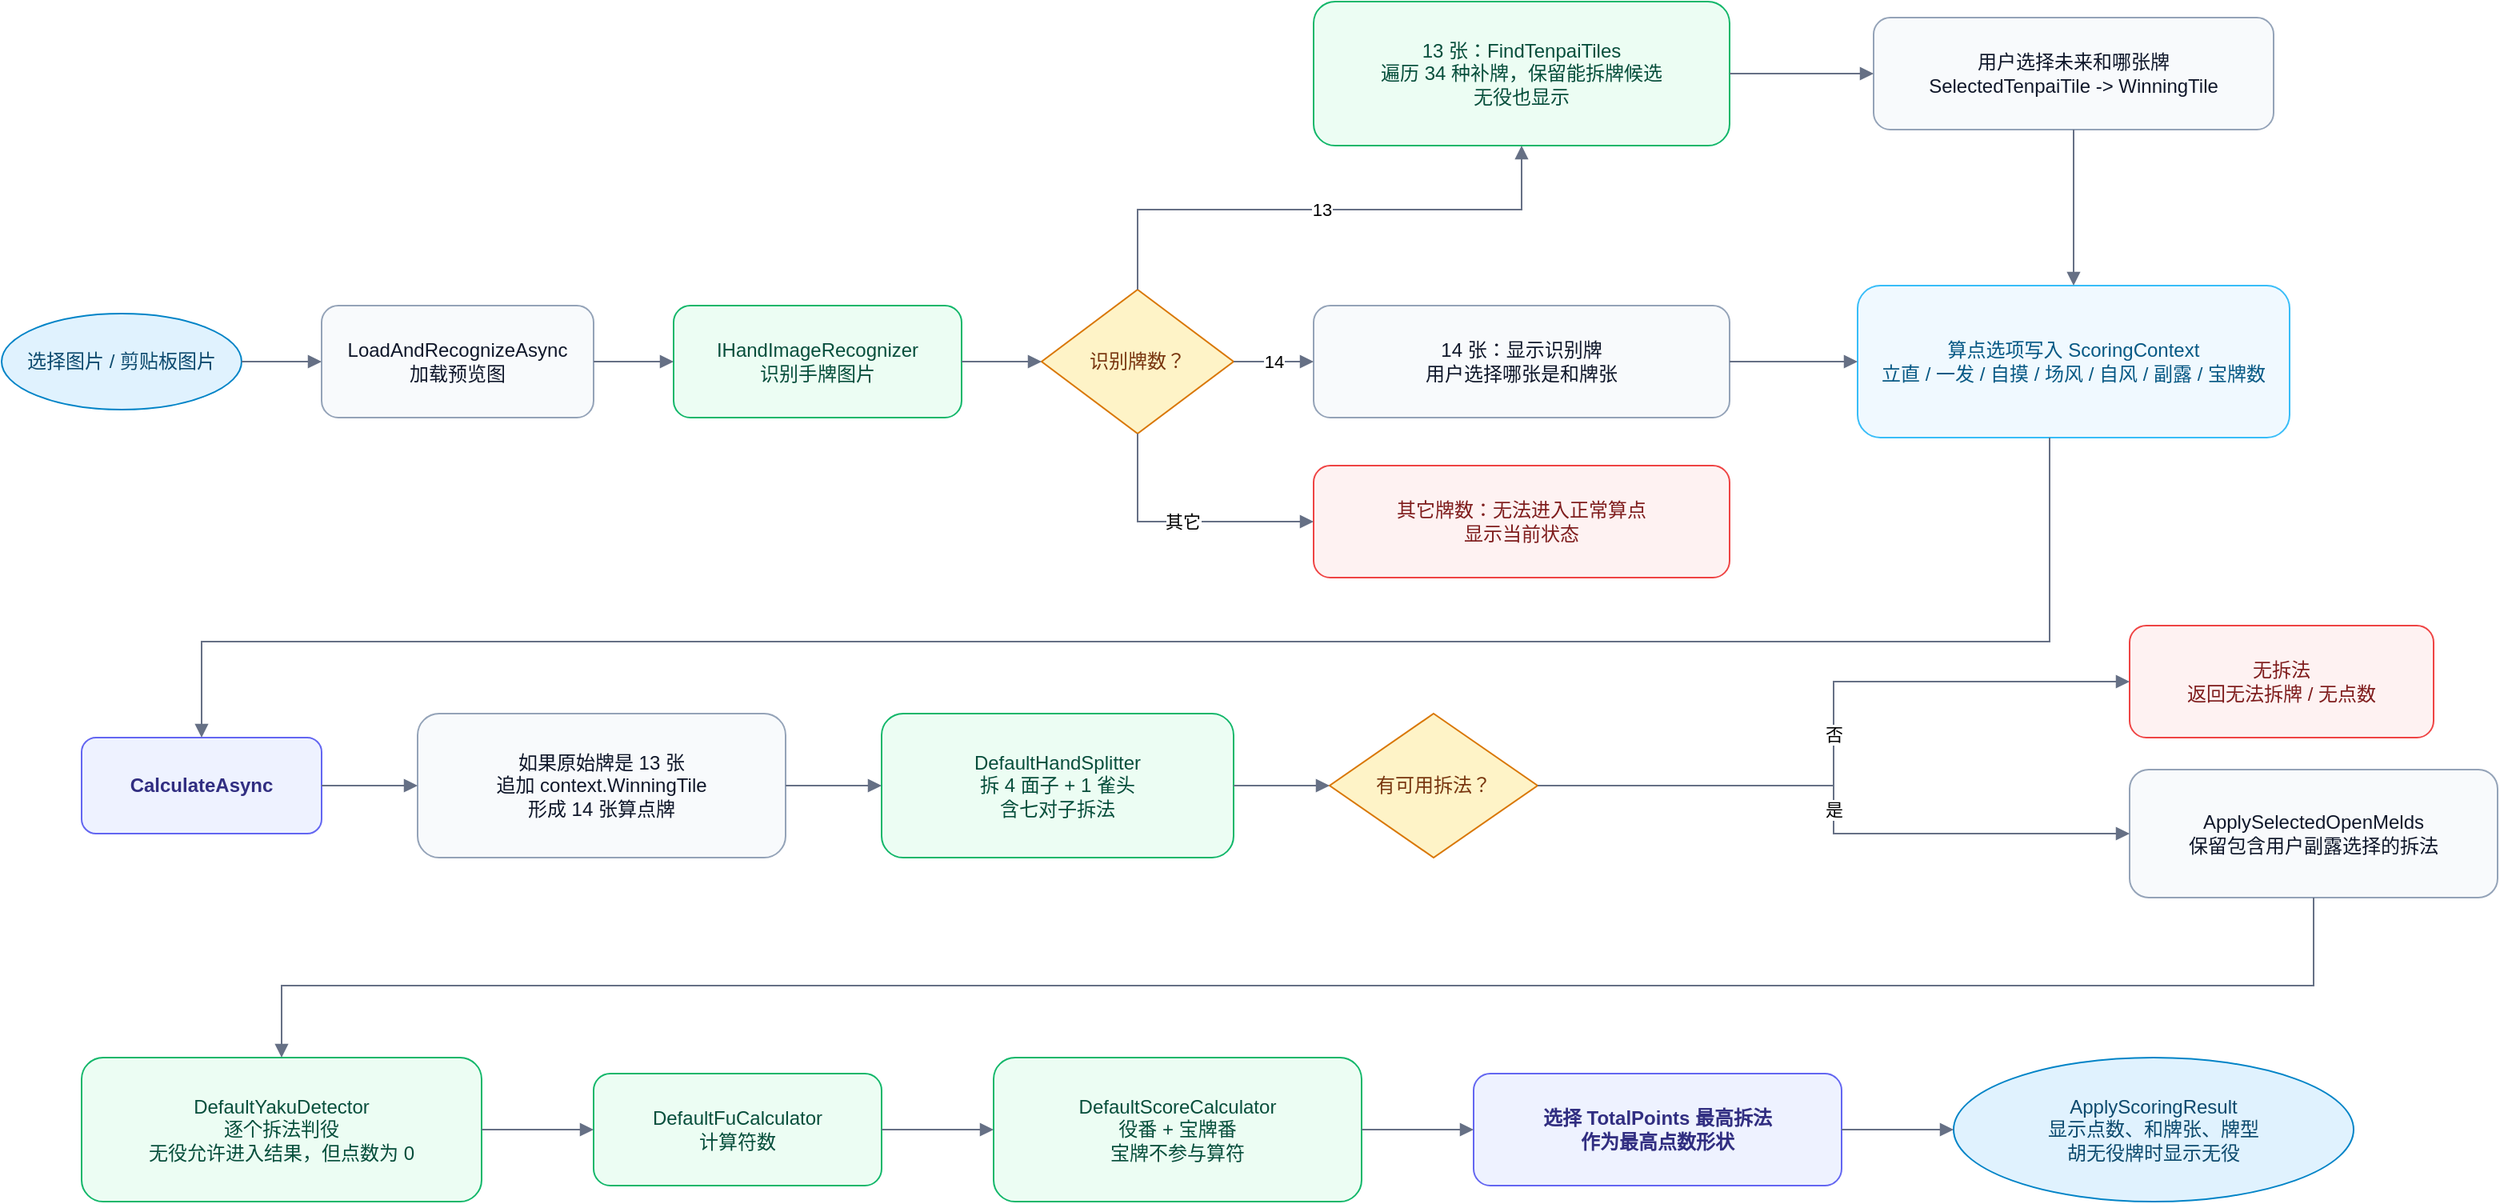
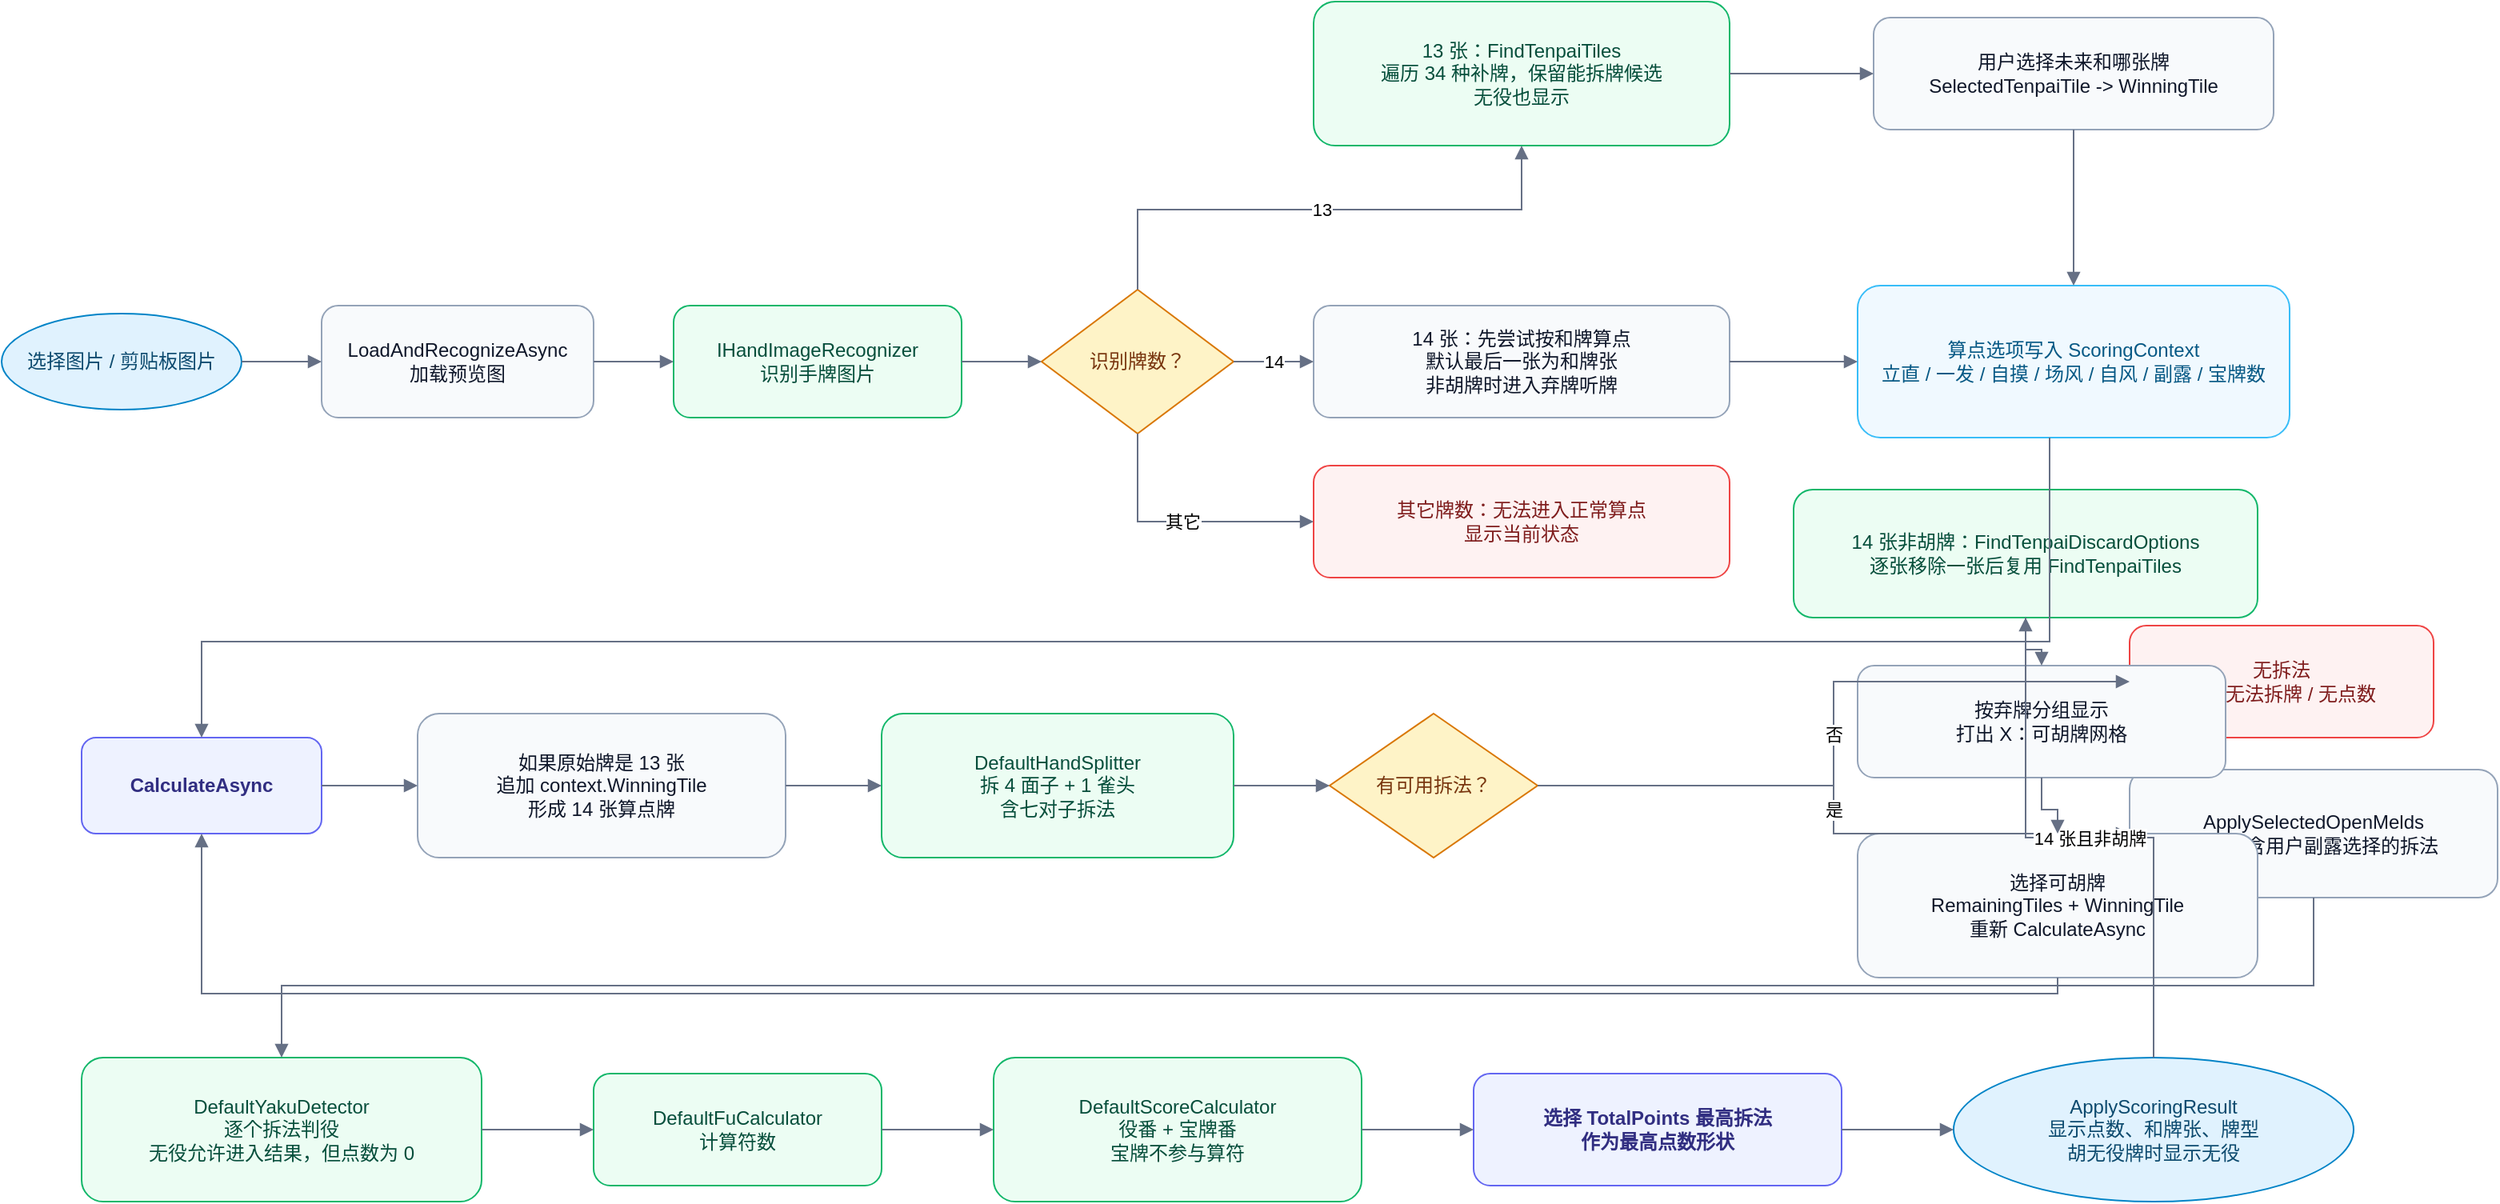
<mxfile host="Electron" agent="Codex">
  <diagram id="mahjongpoints-scoring-flow" name="MahjongPoints 算点流程">
    <mxGraphModel dx="1212" dy="736" grid="1" gridSize="10" guides="1" tooltips="1" connect="1" arrows="1" fold="1" page="1" pageScale="1" pageWidth="1600" pageHeight="1000" math="0" shadow="0">
      <root>
        <mxCell id="0" />
        <mxCell id="1" parent="0" />
        <mxCell id="n1" parent="1" style="ellipse;whiteSpace=wrap;html=1;fillColor=#E0F2FE;strokeColor=#0284C7;fontColor=#0C4A6E;" value="选择图片 / 剪贴板图片" vertex="1">
          <mxGeometry height="60" width="150" x="40" y="235" as="geometry" />
        </mxCell>
        <mxCell id="n2" parent="1" style="rounded=1;whiteSpace=wrap;html=1;fillColor=#F8FAFC;strokeColor=#94A3B8;fontColor=#0F172A;" value="LoadAndRecognizeAsync&lt;br&gt;加载预览图" vertex="1">
          <mxGeometry height="70" width="170" x="240" y="230" as="geometry" />
        </mxCell>
        <mxCell id="n3" parent="1" style="rounded=1;whiteSpace=wrap;html=1;fillColor=#ECFDF3;strokeColor=#12B76A;fontColor=#064E3B;" value="IHandImageRecognizer&lt;br&gt;识别手牌图片" vertex="1">
          <mxGeometry height="70" width="180" x="460" y="230" as="geometry" />
        </mxCell>
        <mxCell id="n4" parent="1" style="rhombus;whiteSpace=wrap;html=1;fillColor=#FEF3C7;strokeColor=#D97706;fontColor=#78350F;" value="识别牌数？" vertex="1">
          <mxGeometry height="90" width="120" x="690" y="220" as="geometry" />
        </mxCell>
        <mxCell id="n5" parent="1" style="rounded=1;whiteSpace=wrap;html=1;fillColor=#ECFDF3;strokeColor=#12B76A;fontColor=#064E3B;" value="13 张：FindTenpaiTiles&lt;br&gt;遍历 34 种补牌，保留能拆牌候选&lt;br&gt;无役也显示" vertex="1">
          <mxGeometry height="90" width="260" x="860" y="40" as="geometry" />
        </mxCell>
        <mxCell id="n6" parent="1" style="rounded=1;whiteSpace=wrap;html=1;fillColor=#F8FAFC;strokeColor=#94A3B8;fontColor=#0F172A;" value="用户选择未来和哪张牌&lt;br&gt;SelectedTenpaiTile -&gt; WinningTile" vertex="1">
          <mxGeometry height="70" width="250" x="1210" y="50" as="geometry" />
        </mxCell>
-         <mxCell id="n7" parent="1" style="rounded=1;whiteSpace=wrap;html=1;fillColor=#F8FAFC;strokeColor=#94A3B8;fontColor=#0F172A;" value="14 张：显示识别牌&lt;br&gt;用户选择哪张是和牌张" vertex="1">
+         <mxCell id="n7" parent="1" style="rounded=1;whiteSpace=wrap;html=1;fillColor=#F8FAFC;strokeColor=#94A3B8;fontColor=#0F172A;" value="14 张：先尝试按和牌算点&lt;br&gt;默认最后一张为和牌张&lt;br&gt;非胡牌时进入弃牌听牌" vertex="1">
          <mxGeometry height="70" width="260" x="860" y="230" as="geometry" />
        </mxCell>
        <mxCell id="n8" parent="1" style="rounded=1;whiteSpace=wrap;html=1;fillColor=#FEF2F2;strokeColor=#EF4444;fontColor=#7F1D1D;" value="其它牌数：无法进入正常算点&lt;br&gt;显示当前状态" vertex="1">
          <mxGeometry height="70" width="260" x="860" y="330" as="geometry" />
        </mxCell>
        <mxCell id="n9" parent="1" style="rounded=1;whiteSpace=wrap;html=1;fillColor=#F0F9FF;strokeColor=#38BDF8;fontColor=#075985;" value="算点选项写入 ScoringContext&lt;br&gt;立直 / 一发 / 自摸 / 场风 / 自风 / 副露 / 宝牌数" vertex="1">
          <mxGeometry height="95" width="270" x="1200" y="217.5" as="geometry" />
        </mxCell>
        <mxCell id="n10" parent="1" style="rounded=1;whiteSpace=wrap;html=1;fillColor=#EEF2FF;strokeColor=#6366F1;fontColor=#312E81;fontStyle=1;" value="CalculateAsync" vertex="1">
          <mxGeometry height="60" width="150" x="90" y="500" as="geometry" />
        </mxCell>
        <mxCell id="n11" parent="1" style="rounded=1;whiteSpace=wrap;html=1;fillColor=#F8FAFC;strokeColor=#94A3B8;fontColor=#0F172A;" value="如果原始牌是 13 张&lt;br&gt;追加 context.WinningTile&lt;br&gt;形成 14 张算点牌" vertex="1">
          <mxGeometry height="90" width="230" x="300" y="485" as="geometry" />
        </mxCell>
        <mxCell id="n12" parent="1" style="rounded=1;whiteSpace=wrap;html=1;fillColor=#ECFDF3;strokeColor=#12B76A;fontColor=#064E3B;" value="DefaultHandSplitter&lt;br&gt;拆 4 面子 + 1 雀头&lt;br&gt;含七对子拆法" vertex="1">
          <mxGeometry height="90" width="220" x="590" y="485" as="geometry" />
        </mxCell>
        <mxCell id="n13" parent="1" style="rhombus;whiteSpace=wrap;html=1;fillColor=#FEF3C7;strokeColor=#D97706;fontColor=#78350F;" value="有可用拆法？" vertex="1">
          <mxGeometry height="90" width="130" x="870" y="485" as="geometry" />
        </mxCell>
        <mxCell id="n14" parent="1" style="rounded=1;whiteSpace=wrap;html=1;fillColor=#FEF2F2;strokeColor=#EF4444;fontColor=#7F1D1D;" value="无拆法&lt;br&gt;返回无法拆牌 / 无点数" vertex="1">
          <mxGeometry height="70" width="190" x="1370" y="430" as="geometry" />
        </mxCell>
        <mxCell id="n15" parent="1" style="rounded=1;whiteSpace=wrap;html=1;fillColor=#F8FAFC;strokeColor=#94A3B8;fontColor=#0F172A;" value="ApplySelectedOpenMelds&lt;br&gt;保留包含用户副露选择的拆法" vertex="1">
          <mxGeometry height="80" width="230" x="1370" y="520" as="geometry" />
        </mxCell>
        <mxCell id="n16" parent="1" style="rounded=1;whiteSpace=wrap;html=1;fillColor=#ECFDF3;strokeColor=#12B76A;fontColor=#064E3B;" value="DefaultYakuDetector&lt;br&gt;逐个拆法判役&lt;br&gt;无役允许进入结果，但点数为 0" vertex="1">
          <mxGeometry height="90" width="250" x="90" y="700" as="geometry" />
        </mxCell>
        <mxCell id="n17" parent="1" style="rounded=1;whiteSpace=wrap;html=1;fillColor=#ECFDF3;strokeColor=#12B76A;fontColor=#064E3B;" value="DefaultFuCalculator&lt;br&gt;计算符数" vertex="1">
          <mxGeometry height="70" width="180" x="410" y="710" as="geometry" />
        </mxCell>
        <mxCell id="n18" parent="1" style="rounded=1;whiteSpace=wrap;html=1;fillColor=#ECFDF3;strokeColor=#12B76A;fontColor=#064E3B;" value="DefaultScoreCalculator&lt;br&gt;役番 + 宝牌番&lt;br&gt;宝牌不参与算符" vertex="1">
          <mxGeometry height="90" width="230" x="660" y="700" as="geometry" />
        </mxCell>
        <mxCell id="n19" parent="1" style="rounded=1;whiteSpace=wrap;html=1;fillColor=#EEF2FF;strokeColor=#6366F1;fontColor=#312E81;fontStyle=1;" value="选择 TotalPoints 最高拆法&lt;br&gt;作为最高点数形状" vertex="1">
          <mxGeometry height="70" width="230" x="960" y="710" as="geometry" />
        </mxCell>
        <mxCell id="n20" parent="1" style="ellipse;whiteSpace=wrap;html=1;fillColor=#E0F2FE;strokeColor=#0284C7;fontColor=#0C4A6E;" value="ApplyScoringResult&lt;br&gt;显示点数、和牌张、牌型&lt;br&gt;胡无役牌时显示无役" vertex="1">
          <mxGeometry height="90" width="250" x="1260" y="700" as="geometry" />
+         </mxCell>
+         <mxCell id="n21" parent="1" style="rounded=1;whiteSpace=wrap;html=1;fillColor=#ECFDF3;strokeColor=#12B76A;fontColor=#064E3B;" value="14 张非胡牌：FindTenpaiDiscardOptions&lt;br&gt;逐张移除一张后复用 FindTenpaiTiles" vertex="1">
+           <mxGeometry height="80" width="290" x="1160" y="345" as="geometry" />
+         </mxCell>
+         <mxCell id="n22" parent="1" style="rounded=1;whiteSpace=wrap;html=1;fillColor=#F8FAFC;strokeColor=#94A3B8;fontColor=#0F172A;" value="按弃牌分组显示&lt;br&gt;打出 X：可胡牌网格" vertex="1">
+           <mxGeometry height="70" width="230" x="1200" y="455" as="geometry" />
+         </mxCell>
+         <mxCell id="n23" parent="1" style="rounded=1;whiteSpace=wrap;html=1;fillColor=#F8FAFC;strokeColor=#94A3B8;fontColor=#0F172A;" value="选择可胡牌&lt;br&gt;RemainingTiles + WinningTile&lt;br&gt;重新 CalculateAsync" vertex="1">
+           <mxGeometry height="90" width="250" x="1200" y="560" as="geometry" />
        </mxCell>
        <mxCell id="e1" edge="1" parent="1" source="n1" style="edgeStyle=orthogonalEdgeStyle;rounded=0;orthogonalLoop=1;jettySize=auto;html=1;endArrow=block;endFill=1;strokeColor=#667085;" target="n2">
          <mxGeometry relative="1" as="geometry" />
        </mxCell>
        <mxCell id="e2" edge="1" parent="1" source="n2" style="edgeStyle=orthogonalEdgeStyle;rounded=0;orthogonalLoop=1;jettySize=auto;html=1;endArrow=block;endFill=1;strokeColor=#667085;" target="n3">
          <mxGeometry relative="1" as="geometry" />
        </mxCell>
        <mxCell id="e3" edge="1" parent="1" source="n3" style="edgeStyle=orthogonalEdgeStyle;rounded=0;orthogonalLoop=1;jettySize=auto;html=1;endArrow=block;endFill=1;strokeColor=#667085;" target="n4">
          <mxGeometry relative="1" as="geometry" />
        </mxCell>
        <mxCell id="e4" edge="1" parent="1" source="n4" style="edgeStyle=orthogonalEdgeStyle;rounded=0;orthogonalLoop=1;jettySize=auto;html=1;endArrow=block;endFill=1;strokeColor=#667085;" target="n5" value="13">
          <mxGeometry relative="1" as="geometry">
            <Array as="points">
              <mxPoint x="750" y="170" />
              <mxPoint x="990" y="170" />
            </Array>
          </mxGeometry>
        </mxCell>
        <mxCell id="e5" edge="1" parent="1" source="n5" style="edgeStyle=orthogonalEdgeStyle;rounded=0;orthogonalLoop=1;jettySize=auto;html=1;endArrow=block;endFill=1;strokeColor=#667085;" target="n6">
          <mxGeometry relative="1" as="geometry" />
        </mxCell>
        <mxCell id="e6" edge="1" parent="1" source="n4" style="edgeStyle=orthogonalEdgeStyle;rounded=0;orthogonalLoop=1;jettySize=auto;html=1;endArrow=block;endFill=1;strokeColor=#667085;" target="n7" value="14">
          <mxGeometry relative="1" as="geometry" />
        </mxCell>
        <mxCell id="e7" edge="1" parent="1" source="n4" style="edgeStyle=orthogonalEdgeStyle;rounded=0;orthogonalLoop=1;jettySize=auto;html=1;endArrow=block;endFill=1;strokeColor=#667085;" target="n8" value="其它">
          <mxGeometry relative="1" as="geometry">
            <Array as="points">
              <mxPoint x="750" y="365" />
            </Array>
          </mxGeometry>
        </mxCell>
        <mxCell id="e8" edge="1" parent="1" source="n6" style="edgeStyle=orthogonalEdgeStyle;rounded=0;orthogonalLoop=1;jettySize=auto;html=1;endArrow=block;endFill=1;strokeColor=#667085;" target="n9">
          <mxGeometry relative="1" as="geometry" />
        </mxCell>
        <mxCell id="e9" edge="1" parent="1" source="n7" style="edgeStyle=orthogonalEdgeStyle;rounded=0;orthogonalLoop=1;jettySize=auto;html=1;endArrow=block;endFill=1;strokeColor=#667085;" target="n9">
          <mxGeometry relative="1" as="geometry" />
        </mxCell>
        <mxCell id="e10" edge="1" parent="1" source="n9" style="edgeStyle=orthogonalEdgeStyle;rounded=0;orthogonalLoop=1;jettySize=auto;html=1;endArrow=block;endFill=1;strokeColor=#667085;" target="n10">
          <mxGeometry relative="1" as="geometry">
            <Array as="points">
              <mxPoint x="1320" y="440" />
              <mxPoint x="165" y="440" />
            </Array>
          </mxGeometry>
        </mxCell>
        <mxCell id="e11" edge="1" parent="1" source="n10" style="edgeStyle=orthogonalEdgeStyle;rounded=0;orthogonalLoop=1;jettySize=auto;html=1;endArrow=block;endFill=1;strokeColor=#667085;" target="n11">
          <mxGeometry relative="1" as="geometry" />
        </mxCell>
        <mxCell id="e12" edge="1" parent="1" source="n11" style="edgeStyle=orthogonalEdgeStyle;rounded=0;orthogonalLoop=1;jettySize=auto;html=1;endArrow=block;endFill=1;strokeColor=#667085;" target="n12">
          <mxGeometry relative="1" as="geometry" />
        </mxCell>
        <mxCell id="e13" edge="1" parent="1" source="n12" style="edgeStyle=orthogonalEdgeStyle;rounded=0;orthogonalLoop=1;jettySize=auto;html=1;endArrow=block;endFill=1;strokeColor=#667085;" target="n13">
          <mxGeometry relative="1" as="geometry" />
        </mxCell>
        <mxCell id="e14" edge="1" parent="1" source="n13" style="edgeStyle=orthogonalEdgeStyle;rounded=0;orthogonalLoop=1;jettySize=auto;html=1;endArrow=block;endFill=1;strokeColor=#667085;" target="n14" value="否">
          <mxGeometry relative="1" as="geometry" />
        </mxCell>
        <mxCell id="e15" edge="1" parent="1" source="n13" style="edgeStyle=orthogonalEdgeStyle;rounded=0;orthogonalLoop=1;jettySize=auto;html=1;endArrow=block;endFill=1;strokeColor=#667085;" target="n15" value="是">
          <mxGeometry relative="1" as="geometry" />
        </mxCell>
        <mxCell id="e16" edge="1" parent="1" source="n15" style="edgeStyle=orthogonalEdgeStyle;rounded=0;orthogonalLoop=1;jettySize=auto;html=1;endArrow=block;endFill=1;strokeColor=#667085;" target="n16">
          <mxGeometry relative="1" as="geometry">
            <Array as="points">
              <mxPoint x="1485" y="655" />
              <mxPoint x="215" y="655" />
            </Array>
          </mxGeometry>
        </mxCell>
        <mxCell id="e17" edge="1" parent="1" source="n16" style="edgeStyle=orthogonalEdgeStyle;rounded=0;orthogonalLoop=1;jettySize=auto;html=1;endArrow=block;endFill=1;strokeColor=#667085;" target="n17">
          <mxGeometry relative="1" as="geometry" />
        </mxCell>
        <mxCell id="e18" edge="1" parent="1" source="n17" style="edgeStyle=orthogonalEdgeStyle;rounded=0;orthogonalLoop=1;jettySize=auto;html=1;endArrow=block;endFill=1;strokeColor=#667085;" target="n18">
          <mxGeometry relative="1" as="geometry" />
        </mxCell>
        <mxCell id="e19" edge="1" parent="1" source="n18" style="edgeStyle=orthogonalEdgeStyle;rounded=0;orthogonalLoop=1;jettySize=auto;html=1;endArrow=block;endFill=1;strokeColor=#667085;" target="n19">
          <mxGeometry relative="1" as="geometry" />
        </mxCell>
        <mxCell id="e20" edge="1" parent="1" source="n19" style="edgeStyle=orthogonalEdgeStyle;rounded=0;orthogonalLoop=1;jettySize=auto;html=1;endArrow=block;endFill=1;strokeColor=#667085;" target="n20">
          <mxGeometry relative="1" as="geometry" />
        </mxCell>
+         <mxCell id="e21" edge="1" parent="1" source="n20" style="edgeStyle=orthogonalEdgeStyle;rounded=0;orthogonalLoop=1;jettySize=auto;html=1;endArrow=block;endFill=1;strokeColor=#667085;" target="n21" value="14 张且非胡牌">
+           <mxGeometry relative="1" as="geometry" />
+         </mxCell>
+         <mxCell id="e22" edge="1" parent="1" source="n21" style="edgeStyle=orthogonalEdgeStyle;rounded=0;orthogonalLoop=1;jettySize=auto;html=1;endArrow=block;endFill=1;strokeColor=#667085;" target="n22">
+           <mxGeometry relative="1" as="geometry" />
+         </mxCell>
+         <mxCell id="e23" edge="1" parent="1" source="n22" style="edgeStyle=orthogonalEdgeStyle;rounded=0;orthogonalLoop=1;jettySize=auto;html=1;endArrow=block;endFill=1;strokeColor=#667085;" target="n23">
+           <mxGeometry relative="1" as="geometry" />
+         </mxCell>
+         <mxCell id="e24" edge="1" parent="1" source="n23" style="edgeStyle=orthogonalEdgeStyle;rounded=0;orthogonalLoop=1;jettySize=auto;html=1;endArrow=block;endFill=1;strokeColor=#667085;" target="n10">
+           <mxGeometry relative="1" as="geometry">
+             <Array as="points">
+               <mxPoint x="1325" y="660" />
+               <mxPoint x="165" y="660" />
+             </Array>
+           </mxGeometry>
+         </mxCell>
      </root>
    </mxGraphModel>
  </diagram>
</mxfile>
